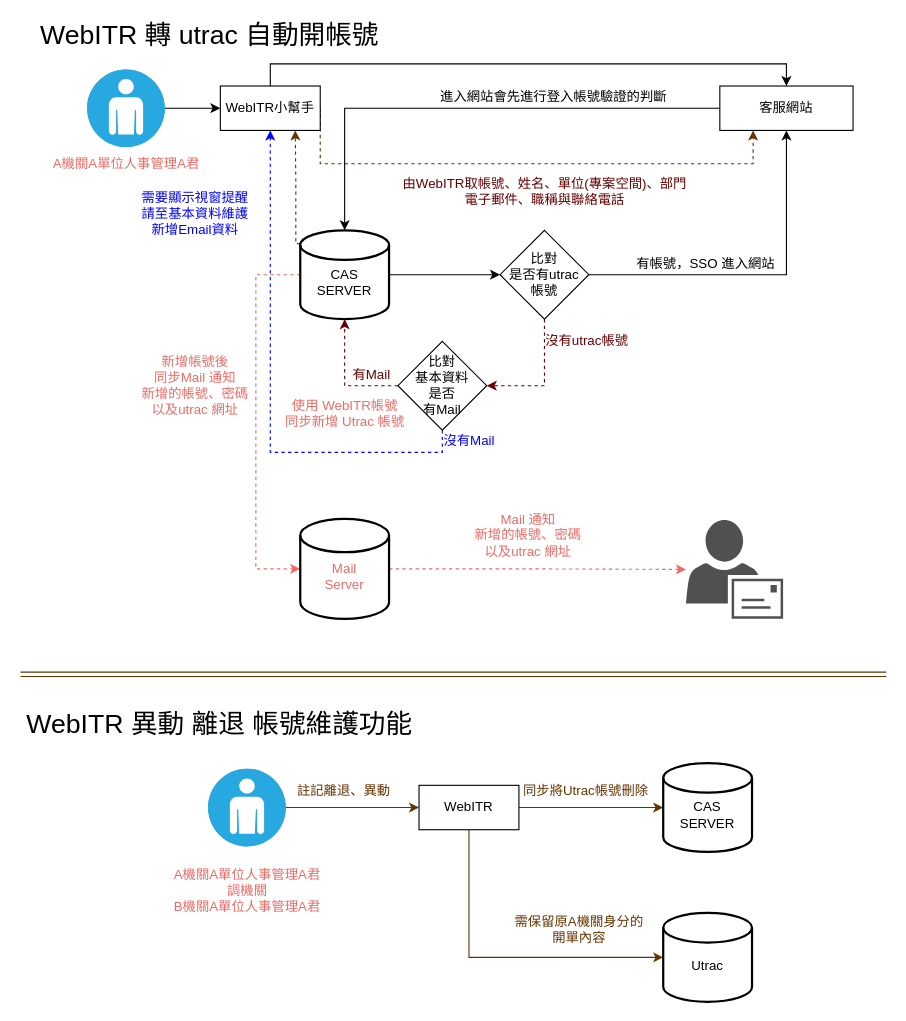
Above: page "Page-3" (3 of 3) of Untitled Diagram.drawio in Cadmus-design/Diagrams (draw.io), before the change. Source tidied: cells renumbered, new cells numbered last; positions are measured from the earlier drawing's top-left corner, leaving out a move shared by most shapes. Both pictures are drawn from the tidied source at 111%, with x=0, y=0 at pixel (19, 19).
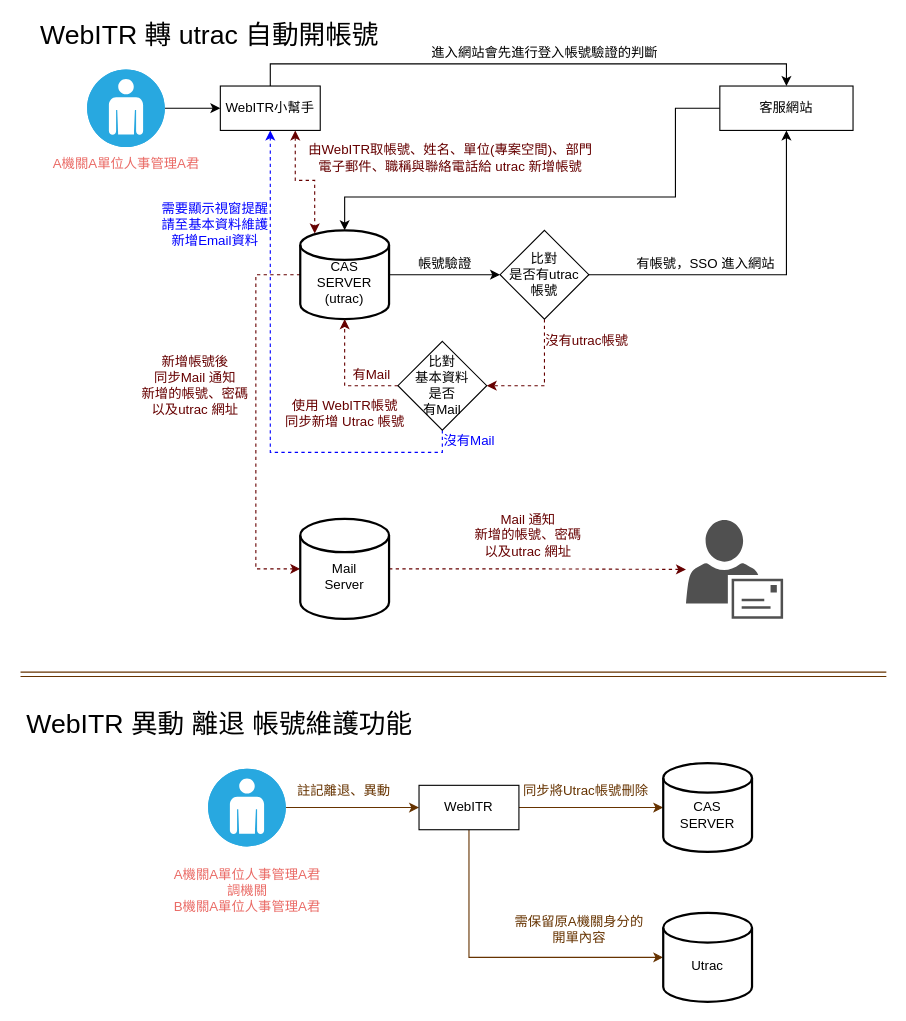
The same page after the edit.

Unchanged cells that the change refers to:
```xml
<mxCell id="4" value="WebITR小幫手" style="rounded=0;whiteSpace=wrap;html=1;" parent="1" vertex="1">
  <mxGeometry x="181" y="60" width="90" height="40" as="geometry" />
</mxCell>
<mxCell id="6" value="客服網站" style="whiteSpace=wrap;html=1;rounded=0;" parent="1" vertex="1">
  <mxGeometry x="631" y="60" width="120" height="40" as="geometry" />
</mxCell>
<mxCell id="23" style="shadow=0;dashed=0;html=1;strokeColor=none;fillColor=#505050;labelPosition=center;verticalLabelPosition=bottom;verticalAlign=top;outlineConnect=0;align=center;shape=mxgraph.office.users.mail_user;fontColor=#EA6B66;" parent="1" vertex="1">
  <mxGeometry x="600.5" y="451" width="87.5" height="89" as="geometry" />
</mxCell>
```

Diff of the diagram source:
```diff
@@
-    <mxCell id="3" style="edgeStyle=orthogonalEdgeStyle;rounded=0;jettySize=auto;html=1;exitX=1;exitY=0.5;exitDx=0;exitDy=0;entryX=0.25;entryY=1;entryDx=0;entryDy=0;dashed=1;fontSize=24;fontColor=#000000;endArrow=classic;endFill=1;strokeColor=#663300;" parent="1" edge="1" source="4" target="6">
-      <mxGeometry relative="1" as="geometry">
-        <Array as="points">
-          <mxPoint x="271" y="130" />
-          <mxPoint x="661" y="130" />
-        </Array>
-      </mxGeometry>
-    </mxCell>
+    <mxCell id="48" style="edgeStyle=orthogonalEdgeStyle;rounded=0;jettySize=auto;html=1;exitX=0.75;exitY=1;exitDx=0;exitDy=0;entryX=0.163;entryY=0.035;entryDx=0;entryDy=0;entryPerimeter=0;dashed=1;fontSize=24;fontColor=#660000;startArrow=classic;startFill=1;endArrow=classic;endFill=1;strokeColor=#660000;" parent="1" edge="1" source="4" target="14">
+      <mxGeometry relative="1" as="geometry" />
+    </mxCell>
@@
     <mxCell id="5" style="edgeStyle=orthogonalEdgeStyle;rounded=0;jettySize=auto;html=1;exitX=0;exitY=0.5;exitDx=0;exitDy=0;entryX=0.5;entryY=0;entryDx=0;entryDy=0;entryPerimeter=0;" parent="1" edge="1" source="6" target="14">
-      <mxGeometry relative="1" as="geometry" />
+      <mxGeometry relative="1" as="geometry">
+        <Array as="points">
+          <mxPoint x="591" y="80" />
+          <mxPoint x="591" y="160" />
+          <mxPoint x="293" y="160" />
+        </Array>
+      </mxGeometry>
     </mxCell>
@@
-    <mxCell id="12" style="edgeStyle=orthogonalEdgeStyle;rounded=0;jettySize=auto;html=1;exitX=0;exitY=0.5;exitDx=0;exitDy=0;exitPerimeter=0;entryX=0;entryY=0.5;entryDx=0;entryDy=0;entryPerimeter=0;dashed=1;fontColor=#EA6B66;endArrow=classic;endFill=1;strokeColor=#EA6B66;" parent="1" edge="1" source="14" target="21">
+    <mxCell id="12" style="edgeStyle=orthogonalEdgeStyle;rounded=0;jettySize=auto;html=1;exitX=0;exitY=0.5;exitDx=0;exitDy=0;exitPerimeter=0;entryX=0;entryY=0.5;entryDx=0;entryDy=0;entryPerimeter=0;dashed=1;fontColor=#EA6B66;endArrow=classic;endFill=1;strokeColor=#660000;" parent="1" edge="1" source="14" target="21">
       <mxGeometry relative="1" as="geometry">
         <Array as="points">
           <mxPoint x="213" y="230" />
           <mxPoint x="213" y="495" />
         </Array>
       </mxGeometry>
     </mxCell>
-    <mxCell id="13" style="edgeStyle=orthogonalEdgeStyle;rounded=0;jettySize=auto;html=1;exitX=0;exitY=0.15;exitDx=0;exitDy=0;exitPerimeter=0;entryX=0.75;entryY=1;entryDx=0;entryDy=0;dashed=1;fontSize=24;fontColor=#000000;endArrow=classic;endFill=1;strokeColor=#663300;" parent="1" edge="1" source="14" target="4">
-      <mxGeometry relative="1" as="geometry">
-        <Array as="points">
-          <mxPoint x="249" y="202" />
-          <mxPoint x="249" y="145" />
-        </Array>
-      </mxGeometry>
-    </mxCell>
-    <mxCell id="14" value="&lt;div&gt;&lt;br&gt;&lt;/div&gt;&lt;div&gt;CAS&lt;/div&gt;&lt;div&gt;SERVER&lt;br&gt;&lt;/div&gt;" style="strokeWidth=2;html=1;shape=mxgraph.flowchart.database;whiteSpace=wrap;" parent="1" vertex="1">
+    <mxCell id="14" value="&lt;div&gt;&lt;br&gt;&lt;/div&gt;&lt;div&gt;CAS&lt;/div&gt;&lt;div&gt;SERVER&lt;/div&gt;&lt;div&gt;(utrac)&lt;br&gt;&lt;/div&gt;" style="strokeWidth=2;html=1;shape=mxgraph.flowchart.database;whiteSpace=wrap;" parent="1" vertex="1">
       <mxGeometry x="253" y="190" width="80" height="80" as="geometry" />
     </mxCell>
     <mxCell id="15" value="進入網站會先進行登入帳號驗證的判斷" style="text;html=1;align=center;verticalAlign=middle;fillColor=none;strokeColor=none;rounded=0;" parent="1" vertex="1">
-      <mxGeometry x="371" y="60" width="220" height="20" as="geometry" />
+      <mxGeometry x="363" y="20" width="220" height="20" as="geometry" />
     </mxCell>
@@
-    <mxCell id="18" value="&lt;div&gt;使用 WebITR帳號 &lt;br&gt;&lt;/div&gt;&lt;div&gt;同步新增 Utrac 帳號&lt;/div&gt;" style="text;html=1;align=center;verticalAlign=middle;fillColor=none;strokeColor=none;rounded=0;fontColor=#EA6B66;" parent="1" vertex="1">
+    <mxCell id="18" value="&lt;div&gt;使用 WebITR帳號 &lt;br&gt;&lt;/div&gt;&lt;div&gt;同步新增 Utrac 帳號&lt;/div&gt;" style="text;html=1;align=center;verticalAlign=middle;fillColor=none;strokeColor=none;rounded=0;fontColor=#660000;" parent="1" vertex="1">
       <mxGeometry x="233" y="340" width="120" height="30" as="geometry" />
     </mxCell>
-    <mxCell id="19" value="&lt;div&gt;由WebITR取帳號、姓名、單位(專案空間)、部門&lt;/div&gt;&lt;div&gt;電子郵件、職稱與聯絡電話&lt;br&gt;&lt;/div&gt;" style="text;html=1;align=center;verticalAlign=middle;fillColor=none;strokeColor=none;rounded=0;fontColor=#660000;" parent="1" vertex="1">
-      <mxGeometry x="338" y="140" width="270" height="30" as="geometry" />
+    <mxCell id="19" value="&lt;div&gt;由WebITR取帳號、姓名、單位(專案空間)、部門&lt;/div&gt;&lt;div&gt;電子郵件、職稱與聯絡電話給 utrac 新增帳號&lt;br&gt;&lt;/div&gt;" style="text;html=1;align=center;verticalAlign=middle;fillColor=none;strokeColor=none;rounded=0;fontColor=#660000;" parent="1" vertex="1">
+      <mxGeometry x="253" y="110" width="270" height="30" as="geometry" />
     </mxCell>
-    <mxCell id="20" style="edgeStyle=orthogonalEdgeStyle;rounded=0;jettySize=auto;html=1;exitX=1;exitY=0.5;exitDx=0;exitDy=0;exitPerimeter=0;fontColor=#EA6B66;endArrow=classic;endFill=1;strokeColor=#EA6B66;dashed=1;" parent="1" edge="1" source="21" target="23">
+    <mxCell id="20" style="edgeStyle=orthogonalEdgeStyle;rounded=0;jettySize=auto;html=1;exitX=1;exitY=0.5;exitDx=0;exitDy=0;exitPerimeter=0;fontColor=#EA6B66;endArrow=classic;endFill=1;dashed=1;strokeColor=#660000;" parent="1" edge="1" source="21" target="23">
       <mxGeometry relative="1" as="geometry" />
     </mxCell>
-    <mxCell id="21" value="&lt;div&gt;&lt;br&gt;&lt;/div&gt;&lt;div&gt;Mail &lt;br&gt;&lt;/div&gt;&lt;div&gt;Server&lt;/div&gt;" style="strokeWidth=2;html=1;shape=mxgraph.flowchart.database;whiteSpace=wrap;fontColor=#EA6B66;" parent="1" vertex="1">
+    <mxCell id="21" value="&lt;div&gt;&lt;br&gt;&lt;/div&gt;&lt;div&gt;Mail &lt;br&gt;&lt;/div&gt;&lt;div&gt;Server&lt;/div&gt;" style="strokeWidth=2;html=1;shape=mxgraph.flowchart.database;whiteSpace=wrap;" parent="1" vertex="1">
       <mxGeometry x="253" y="450" width="80" height="90" as="geometry" />
     </mxCell>
-    <mxCell id="22" value="&lt;div&gt;新增帳號後&lt;/div&gt;&lt;div&gt;同步Mail 通知&lt;/div&gt;&lt;div&gt;新增的帳號、密碼&lt;/div&gt;&lt;div&gt;以及utrac 網址&lt;br&gt;&lt;/div&gt;" style="text;html=1;align=center;verticalAlign=middle;fillColor=none;strokeColor=none;rounded=0;fontColor=#EA6B66;" parent="1" vertex="1">
+    <mxCell id="22" value="&lt;div&gt;新增帳號後&lt;/div&gt;&lt;div&gt;同步Mail 通知&lt;/div&gt;&lt;div&gt;新增的帳號、密碼&lt;/div&gt;&lt;div&gt;以及utrac 網址&lt;br&gt;&lt;/div&gt;" style="text;html=1;align=center;verticalAlign=middle;fillColor=none;strokeColor=none;rounded=0;fontColor=#660000;" parent="1" vertex="1">
       <mxGeometry x="103" y="300" width="110" height="60" as="geometry" />
     </mxCell>
@@
-    <mxCell id="24" value="Mail 通知&lt;div&gt;新增的帳號、密碼&lt;/div&gt;&lt;div&gt;以及utrac 網址&lt;br&gt;&lt;/div&gt;" style="text;html=1;align=center;verticalAlign=middle;fillColor=none;strokeColor=none;rounded=0;fontColor=#EA6B66;" parent="1" vertex="1">
+    <mxCell id="24" value="Mail 通知&lt;div&gt;新增的帳號、密碼&lt;/div&gt;&lt;div&gt;以及utrac 網址&lt;br&gt;&lt;/div&gt;" style="text;html=1;align=center;verticalAlign=middle;fillColor=none;strokeColor=none;rounded=0;fontColor=#660000;" parent="1" vertex="1">
       <mxGeometry x="403" y="440" width="110" height="50" as="geometry" />
     </mxCell>
@@
     <mxCell id="33" value="&lt;div&gt;需要顯示視窗提醒&lt;/div&gt;&lt;div&gt;請至基本資料維護&lt;/div&gt;&lt;div&gt;新增Email資料&lt;br&gt;&lt;/div&gt;" style="text;html=1;align=center;verticalAlign=middle;fillColor=none;strokeColor=none;rounded=0;fontColor=#0000FF;" parent="1" vertex="1">
-      <mxGeometry x="103" y="150" width="110" height="50" as="geometry" />
+      <mxGeometry x="121" y="160" width="110" height="50" as="geometry" />
     </mxCell>
@@
+    <mxCell id="49" value="帳號驗證" style="text;html=1;align=center;verticalAlign=middle;fillColor=none;strokeColor=none;rounded=0;" parent="1" vertex="1">
+      <mxGeometry x="353" y="210" width="60" height="20" as="geometry" />
+    </mxCell>
```
